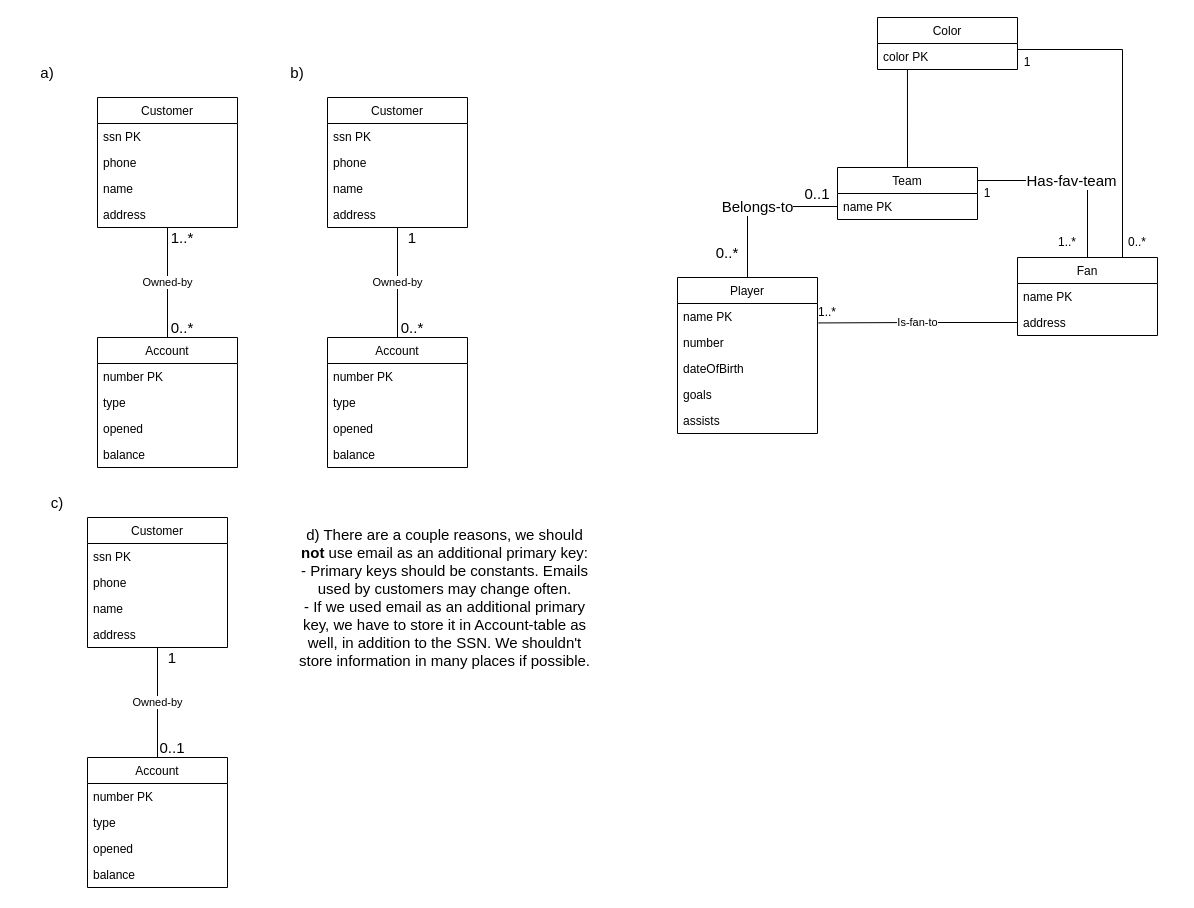
Above: Untitled 17.drawio in olliglorioso/datasets (draw.io), before the change. Source tidied: cells renumbered, new cells numbered last; positions are measured from the earlier drawing's top-left corner, leaving out a move shared by most shapes. Both pictures are drawn from the tidied source at 100%, with x=0, y=0 at pixel (17, 17).
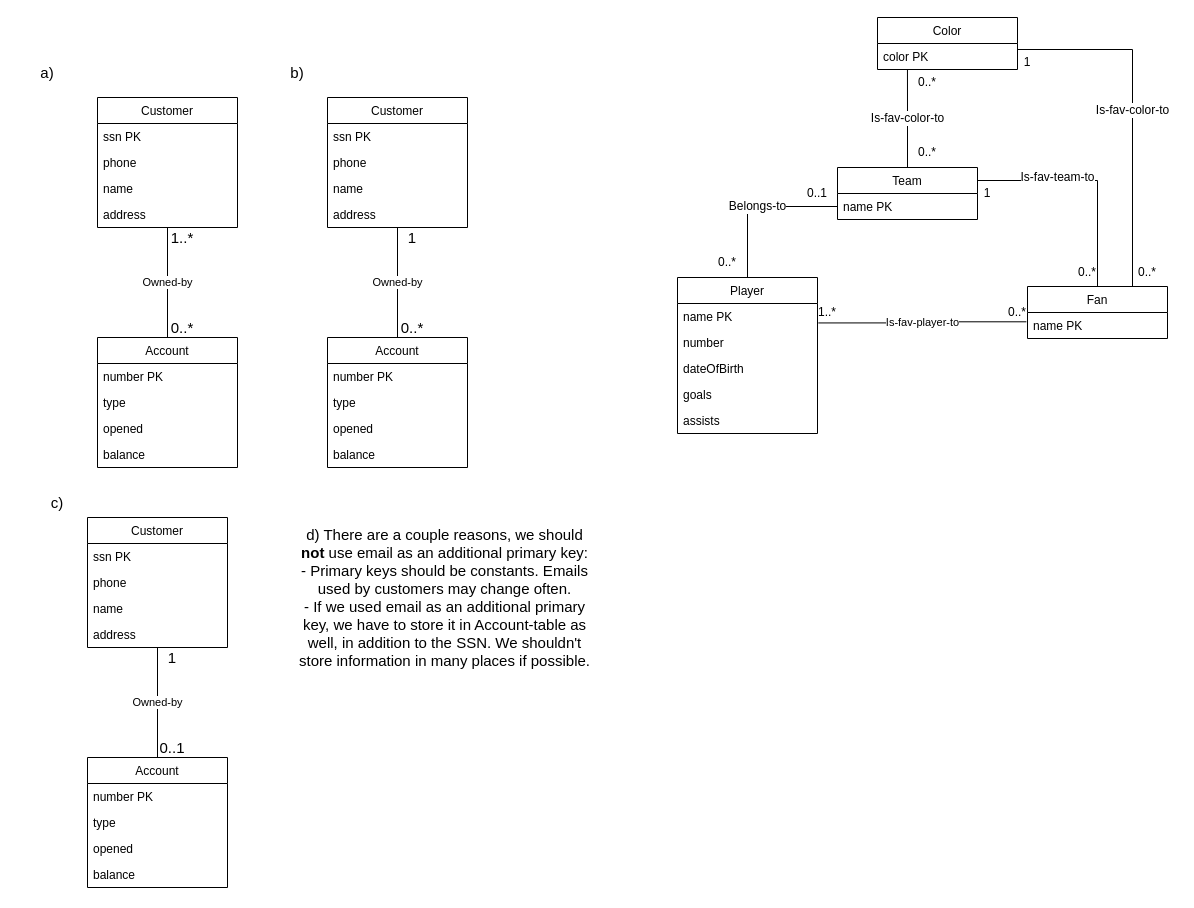
After the change.

Unchanged cells that the change refers to:
```xml
<mxCell id="47" value="Team" style="swimlane;fontStyle=0;horizontal=1;startSize=26;fillColor=none;" parent="1" vertex="1">
  <mxGeometry x="820" y="150" width="140" height="52" as="geometry" />
</mxCell>
<mxCell id="48" value="name PK" style="text;strokeColor=none;fillColor=none;align=left;verticalAlign=top;spacingLeft=4;spacingRight=4;overflow=hidden;points=[[0,0.5],[1,0.5]];portConstraint=eastwest;" parent="47" vertex="1">
  <mxGeometry y="26" width="140" height="26" as="geometry" />
</mxCell>
<mxCell id="51" value="name PK" style="text;strokeColor=none;fillColor=none;align=left;verticalAlign=top;spacingLeft=4;spacingRight=4;overflow=hidden;points=[[0,0.5],[1,0.5]];portConstraint=eastwest;" parent="50" vertex="1">
  <mxGeometry y="26" width="140" height="26" as="geometry" />
</mxCell>
<mxCell id="54" value="color PK" style="text;strokeColor=none;fillColor=none;align=left;verticalAlign=top;spacingLeft=4;spacingRight=4;overflow=hidden;points=[[0,0.5],[1,0.5]];portConstraint=eastwest;" parent="53" vertex="1">
  <mxGeometry y="26" width="140" height="26" as="geometry" />
</mxCell>
<mxCell id="56" value="Player" style="swimlane;fontStyle=0;horizontal=1;startSize=26;fillColor=none;" parent="1" vertex="1">
  <mxGeometry x="660" y="260" width="140" height="156" as="geometry" />
</mxCell>
<mxCell id="57" value="name PK" style="text;strokeColor=none;fillColor=none;align=left;verticalAlign=top;spacingLeft=4;spacingRight=4;overflow=hidden;points=[[0,0.5],[1,0.5]];portConstraint=eastwest;" parent="56" vertex="1">
  <mxGeometry y="26" width="140" height="26" as="geometry" />
</mxCell>
```

The edit, as a diff of the source:
```diff
@@
-    <mxCell id="45" value="Has-fav-team" style="edgeStyle=orthogonalEdgeStyle;rounded=0;jettySize=auto;html=1;exitX=1;exitY=0.25;exitDx=0;exitDy=0;fontSize=15;endArrow=none;endFill=0;" parent="1" edge="1" source="47" target="50">
-      <mxGeometry relative="1" as="geometry" />
+    <mxCell id="45" value="Is-fav-team-to" style="edgeStyle=orthogonalEdgeStyle;rounded=0;jettySize=auto;html=1;exitX=1;exitY=0.25;exitDx=0;exitDy=0;fontSize=12;endArrow=none;endFill=0;" parent="1" edge="1" source="47" target="50">
+      <mxGeometry x="-0.29" y="3" relative="1" as="geometry" />
     </mxCell>
-    <mxCell id="46" style="edgeStyle=orthogonalEdgeStyle;rounded=0;jettySize=auto;html=1;exitX=0.5;exitY=0;exitDx=0;exitDy=0;fontSize=15;endArrow=none;endFill=0;entryX=0.214;entryY=1.015;entryDx=0;entryDy=0;entryPerimeter=0;" parent="1" edge="1" source="47" target="54">
-      <mxGeometry relative="1" as="geometry" />
+    <mxCell id="46" value="Is-fav-color-to" style="edgeStyle=orthogonalEdgeStyle;rounded=0;jettySize=auto;html=1;exitX=0.5;exitY=0;exitDx=0;exitDy=0;fontSize=12;endArrow=none;endFill=0;entryX=0.214;entryY=1.015;entryDx=0;entryDy=0;entryPerimeter=0;" parent="1" edge="1" source="47" target="54">
+      <mxGeometry relative="1" as="geometry">
+        <Array as="points">
+          <mxPoint x="890" y="100" />
+          <mxPoint x="890" y="100" />
+        </Array>
+      </mxGeometry>
     </mxCell>
@@
-    <mxCell id="49" style="edgeStyle=orthogonalEdgeStyle;rounded=0;jettySize=auto;html=1;exitX=0.75;exitY=0;exitDx=0;exitDy=0;entryX=0.998;entryY=0.231;entryDx=0;entryDy=0;fontSize=15;endArrow=none;endFill=0;entryPerimeter=0;" parent="1" edge="1" source="50" target="54">
+    <mxCell id="49" value="Is-fav-color-to" style="edgeStyle=orthogonalEdgeStyle;rounded=0;jettySize=auto;html=1;exitX=0.75;exitY=0;exitDx=0;exitDy=0;entryX=0.998;entryY=0.231;entryDx=0;entryDy=0;fontSize=12;endArrow=none;endFill=0;entryPerimeter=0;" parent="1" edge="1" source="50" target="54">
       <mxGeometry relative="1" as="geometry" />
     </mxCell>
     <mxCell id="50" value="Fan" style="swimlane;fontStyle=0;horizontal=1;startSize=26;fillColor=none;" parent="1" vertex="1">
-      <mxGeometry x="1000" y="240" width="140" height="78" as="geometry" />
+      <mxGeometry x="1010" y="269" width="140" height="52" as="geometry" />
     </mxCell>
@@
-    <mxCell id="52" value="address" style="text;strokeColor=none;fillColor=none;align=left;verticalAlign=top;spacingLeft=4;spacingRight=4;overflow=hidden;points=[[0,0.5],[1,0.5]];portConstraint=eastwest;" parent="50" vertex="1">
-      <mxGeometry y="52" width="140" height="26" as="geometry" />
-    </mxCell>
@@
-    <mxCell id="55" value="Belongs-to" style="edgeStyle=orthogonalEdgeStyle;rounded=0;jettySize=auto;html=1;fontSize=15;endArrow=none;endFill=0;" parent="1" edge="1" source="56" target="48">
+    <mxCell id="55" value="Belongs-to" style="edgeStyle=orthogonalEdgeStyle;rounded=0;jettySize=auto;html=1;fontSize=12;endArrow=none;endFill=0;" parent="1" edge="1" source="56" target="48">
       <mxGeometry relative="1" as="geometry" />
     </mxCell>
@@
-    <mxCell id="62" value="0..1" style="text;strokeColor=none;align=center;fillColor=none;html=1;verticalAlign=middle;whiteSpace=wrap;rounded=0;fontSize=15;" parent="1" vertex="1">
+    <mxCell id="62" value="0..1" style="text;strokeColor=none;align=center;fillColor=none;html=1;verticalAlign=middle;whiteSpace=wrap;rounded=0;fontSize=12;" parent="1" vertex="1">
       <mxGeometry x="770" y="161" width="60" height="30" as="geometry" />
     </mxCell>
-    <mxCell id="63" value="0..*" style="text;strokeColor=none;align=center;fillColor=none;html=1;verticalAlign=middle;whiteSpace=wrap;rounded=0;fontSize=15;" parent="1" vertex="1">
-      <mxGeometry x="680" y="220" width="60" height="30" as="geometry" />
+    <mxCell id="63" value="0..*" style="text;strokeColor=none;align=center;fillColor=none;html=1;verticalAlign=middle;whiteSpace=wrap;rounded=0;fontSize=12;" parent="1" vertex="1">
+      <mxGeometry x="680" y="230" width="60" height="30" as="geometry" />
     </mxCell>
@@
-    <mxCell id="66" value="Is-fan-to" style="edgeStyle=orthogonalEdgeStyle;rounded=0;jettySize=auto;html=1;entryX=1.006;entryY=0.748;entryDx=0;entryDy=0;entryPerimeter=0;endArrow=none;endFill=0;" parent="1" edge="1" source="52" target="57">
+    <mxCell id="66" value="Is-fav-player-to" style="edgeStyle=orthogonalEdgeStyle;rounded=0;jettySize=auto;html=1;entryX=1.006;entryY=0.748;entryDx=0;entryDy=0;entryPerimeter=0;endArrow=none;endFill=0;exitX=-0.008;exitY=0.358;exitDx=0;exitDy=0;exitPerimeter=0;" parent="1" edge="1" source="51" target="57">
       <mxGeometry relative="1" as="geometry" />
     </mxCell>
@@
     <mxCell id="68" value="0..*" style="text;strokeColor=none;align=center;fillColor=none;html=1;verticalAlign=middle;whiteSpace=wrap;rounded=0;" parent="1" vertex="1">
-      <mxGeometry x="1090" y="210" width="60" height="30" as="geometry" />
+      <mxGeometry x="1100" y="240" width="60" height="30" as="geometry" />
     </mxCell>
-    <mxCell id="69" value="1..*" style="text;strokeColor=none;align=center;fillColor=none;html=1;verticalAlign=middle;whiteSpace=wrap;rounded=0;" parent="1" vertex="1">
-      <mxGeometry x="1020" y="210" width="60" height="30" as="geometry" />
+    <mxCell id="69" value="0..*" style="text;strokeColor=none;align=center;fillColor=none;html=1;verticalAlign=middle;whiteSpace=wrap;rounded=0;" parent="1" vertex="1">
+      <mxGeometry x="1040" y="240" width="60" height="30" as="geometry" />
     </mxCell>
+    <mxCell id="70" value="0..*" style="text;strokeColor=none;align=center;fillColor=none;html=1;verticalAlign=middle;whiteSpace=wrap;rounded=0;" parent="1" vertex="1">
+      <mxGeometry x="970" y="280" width="60" height="30" as="geometry" />
+    </mxCell>
+    <mxCell id="71" value="0..*" style="text;strokeColor=none;align=center;fillColor=none;html=1;verticalAlign=middle;whiteSpace=wrap;rounded=0;" parent="1" vertex="1">
+      <mxGeometry x="880" y="120" width="60" height="30" as="geometry" />
+    </mxCell>
+    <mxCell id="72" value="0..*" style="text;strokeColor=none;align=center;fillColor=none;html=1;verticalAlign=middle;whiteSpace=wrap;rounded=0;" parent="1" vertex="1">
+      <mxGeometry x="880" y="50" width="60" height="30" as="geometry" />
+    </mxCell>
```
